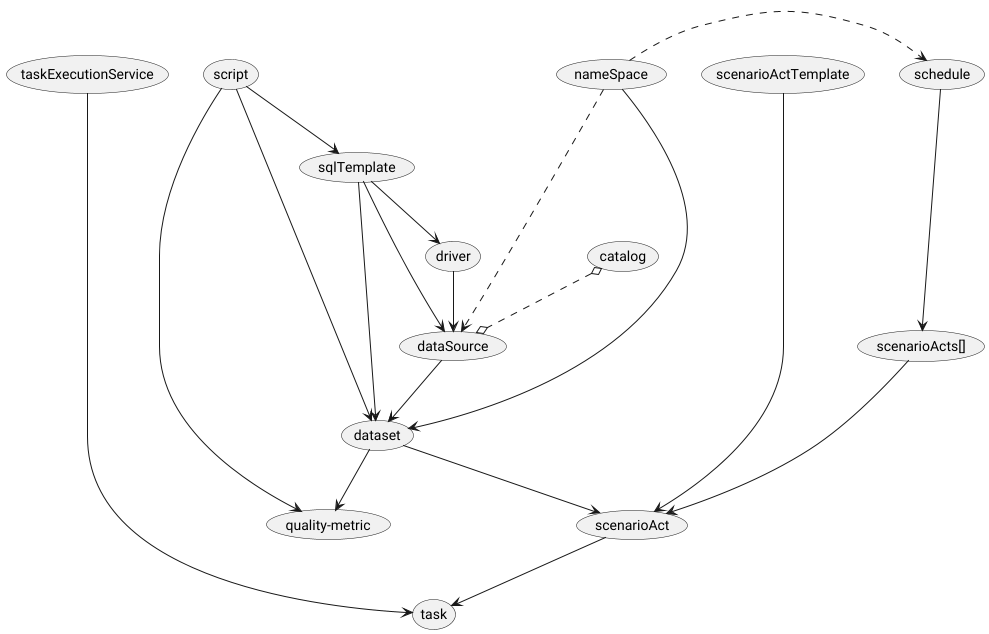
Before: doc/entities_design/logical_entities_dependency.png, a diagram exported from PlantUML (zaytsevdmitry/lakehouse). The source it was exported from:
```plantuml
@startuml
(script) -> (dataset)
(script) --> (sqlTemplate)
(script) -> (quality-metric)
(schedule) --> (scenarioActs[])
(scenarioActs[]) --> (scenarioAct)
(scenarioActTemplate) ------> (scenarioAct)
(scenarioAct) --> (task)
(taskExecutionService)------->(task)
(dataset) --> (scenarioAct)
(dataset) -->(quality-metric)
(dataSource) --> (dataset)
(nameSpace) -----> (dataset)
(nameSpace) .> (schedule)
(driver)-->(dataSource)
(sqlTemplate) --> (driver)
(sqlTemplate) --> (dataSource)
(sqlTemplate) --> (dataset)
(catalog) o..o  (dataSource)
(nameSpace) .> (dataSource)
@enduml
```
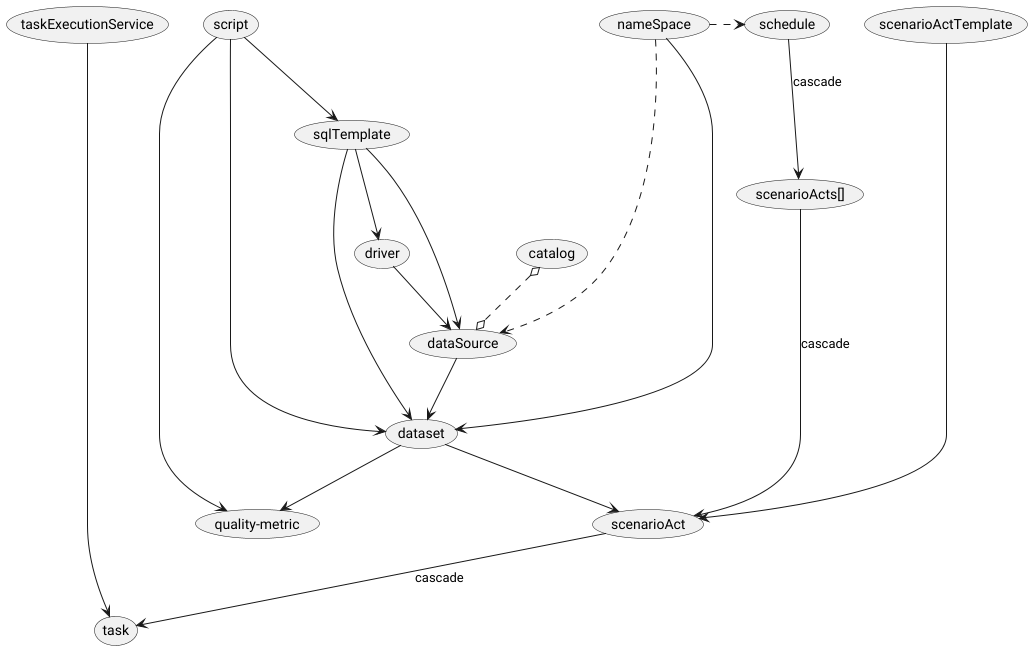
The same diagram one commit later.

Diff of the diagram source:
```diff
@@ -2,10 +2,10 @@
 (script) -> (dataset)
 (script) --> (sqlTemplate)
 (script) -> (quality-metric)
-(schedule) --> (scenarioActs[])
-(scenarioActs[]) --> (scenarioAct)
+(schedule) --> (scenarioActs[]): cascade
+(scenarioActs[]) --> (scenarioAct): cascade
 (scenarioActTemplate) ------> (scenarioAct)
-(scenarioAct) --> (task)
+(scenarioAct) --> (task): cascade
 (taskExecutionService)------->(task)
 (dataset) --> (scenarioAct)
 (dataset) -->(quality-metric)
```
